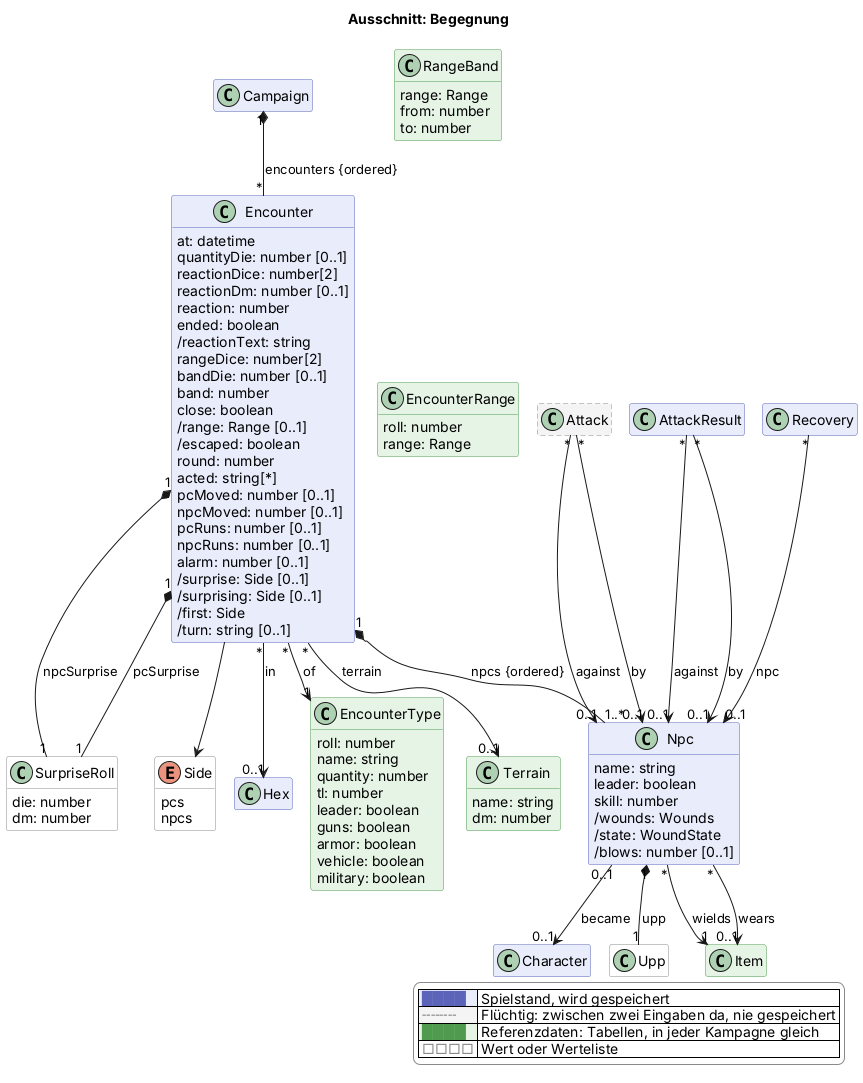
The PlantUML diagram docs/views/begegnung.png in scuzzar/SRE, before a commit.
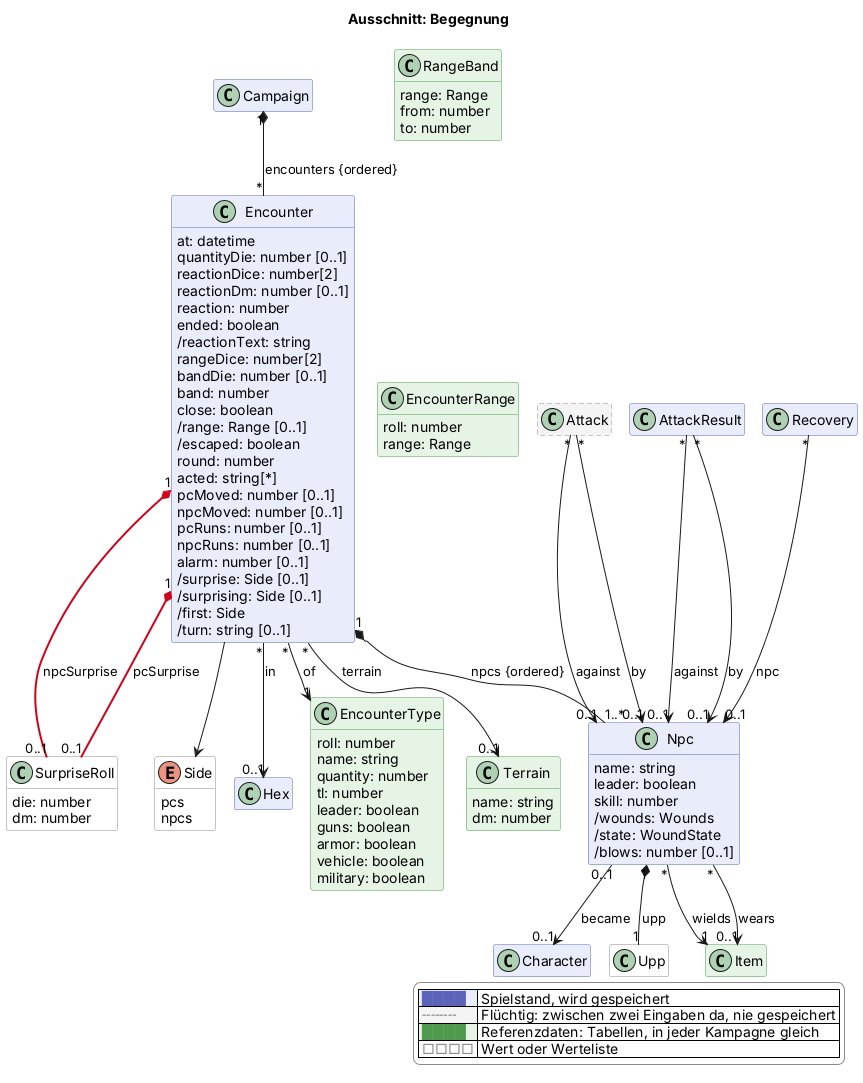
After the commit.

Diff of the diagram source:
```diff
@@ -157,8 +157,8 @@
 Campaign "1" *-- "*" Encounter : encounters {ordered}
 Encounter "*" --> "1" EncounterType : of
 Encounter "*" --> "0..1" Terrain : terrain
-Encounter "1" *-- "1" SurpriseRoll : pcSurprise
-Encounter "1" *-- "1" SurpriseRoll : npcSurprise
+Encounter "1" *-$newArrow("2026-11-08")- "0..1" SurpriseRoll : pcSurprise
+Encounter "1" *-$newArrow("2026-11-08")- "0..1" SurpriseRoll : npcSurprise
 Encounter --> Side
 EncounterRange -[hidden]- Terrain
 RangeBand -[hidden]- EncounterRange
```
